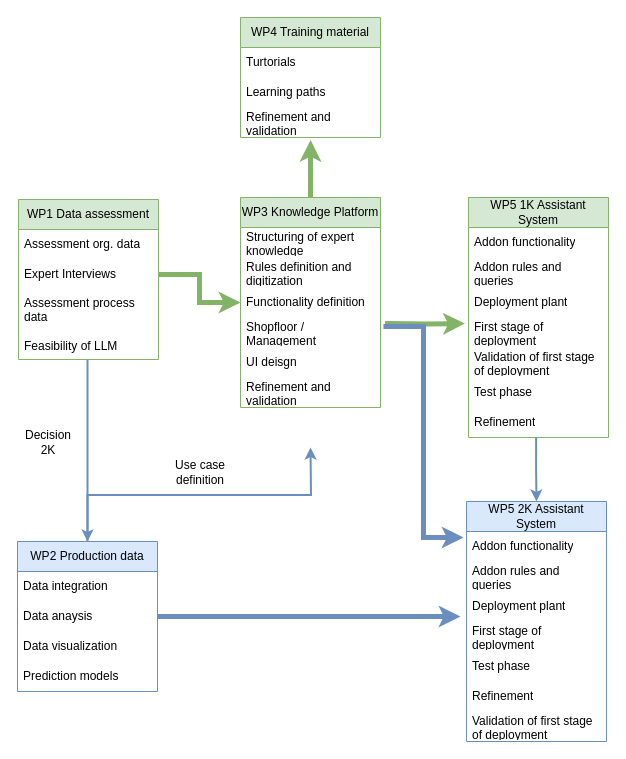
Above: pertRico.drawio in kay-squared/PyTorchLearn (draw.io), before the change. Source tidied: cells renumbered, new cells numbered last; positions are measured from the earlier drawing's top-left corner, leaving out a move shared by most shapes. Both pictures are drawn from the tidied source at 100%, with x=0, y=0 at pixel (17, 17).
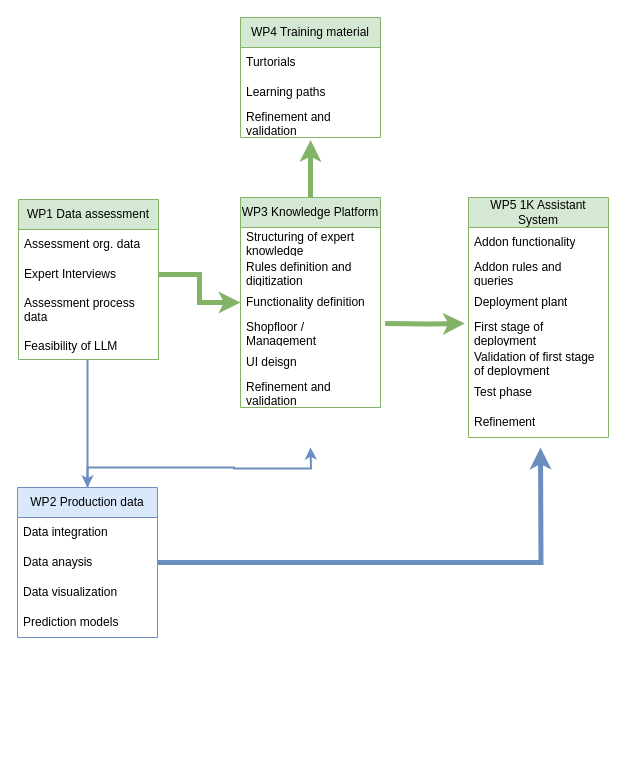
The same diagram, later.

The change refers to these unchanged cells:
```xml
<mxCell id="8" value="Data anaysis" style="text;strokeColor=none;fillColor=none;align=left;verticalAlign=middle;spacingLeft=4;spacingRight=4;overflow=hidden;points=[[0,0.5],[1,0.5]];portConstraint=eastwest;whiteSpace=wrap;html=1;" parent="6" vertex="1">
  <mxGeometry y="60" width="140" height="30" as="geometry" />
</mxCell>
<mxCell id="19" value="Shopfloor / Management" style="text;strokeColor=none;fillColor=none;align=left;verticalAlign=middle;spacingLeft=4;spacingRight=4;overflow=hidden;points=[[0,0.5],[1,0.5]];portConstraint=eastwest;whiteSpace=wrap;html=1;" parent="15" vertex="1">
  <mxGeometry y="120" width="140" height="30" as="geometry" />
</mxCell>
<mxCell id="29" value="Refinement" style="text;strokeColor=none;fillColor=none;align=left;verticalAlign=middle;spacingLeft=4;spacingRight=4;overflow=hidden;points=[[0,0.5],[1,0.5]];portConstraint=eastwest;whiteSpace=wrap;html=1;" parent="22" vertex="1">
  <mxGeometry y="210" width="140" height="30" as="geometry" />
</mxCell>
```

What changed in the source:
```diff
@@
     <mxCell id="6" value="WP2 Production data" style="swimlane;fontStyle=0;horizontal=1;startSize=30;whiteSpace=wrap;html=1;fillColor=#dae8fc;strokeColor=#6c8ebf;" parent="1" vertex="1">
-      <mxGeometry y="524" width="140" height="150" as="geometry" />
+      <mxGeometry y="470" width="140" height="150" as="geometry" />
     </mxCell>
@@
-    <mxCell id="31" value="WP5 2K Assistant System" style="swimlane;fontStyle=0;horizontal=1;startSize=30;whiteSpace=wrap;html=1;fillColor=#dae8fc;strokeColor=#6c8ebf;" parent="1" vertex="1">
-      <mxGeometry x="449" y="484" width="140" height="240" as="geometry" />
-    </mxCell>
-    <mxCell id="32" value="Addon functionality" style="text;strokeColor=none;fillColor=none;align=left;verticalAlign=middle;spacingLeft=4;spacingRight=4;overflow=hidden;points=[[0,0.5],[1,0.5]];portConstraint=eastwest;whiteSpace=wrap;html=1;" parent="31" vertex="1">
-      <mxGeometry y="30" width="140" height="30" as="geometry" />
-    </mxCell>
-    <mxCell id="33" value="Addon rules and queries" style="text;strokeColor=none;fillColor=none;align=left;verticalAlign=middle;spacingLeft=4;spacingRight=4;overflow=hidden;whiteSpace=wrap;html=1;" parent="31" vertex="1">
-      <mxGeometry y="60" width="140" height="30" as="geometry" />
-    </mxCell>
-    <mxCell id="34" value="Deployment plant" style="text;strokeColor=none;fillColor=none;align=left;verticalAlign=middle;spacingLeft=4;spacingRight=4;overflow=hidden;points=[[0,0.5],[1,0.5]];portConstraint=eastwest;whiteSpace=wrap;html=1;" parent="31" vertex="1">
-      <mxGeometry y="90" width="140" height="30" as="geometry" />
-    </mxCell>
-    <mxCell id="35" value="First stage of deployment" style="text;strokeColor=none;fillColor=none;align=left;verticalAlign=middle;spacingLeft=4;spacingRight=4;overflow=hidden;whiteSpace=wrap;html=1;" parent="31" vertex="1">
-      <mxGeometry y="120" width="140" height="30" as="geometry" />
-    </mxCell>
-    <mxCell id="36" value="Test phase" style="text;strokeColor=none;fillColor=none;align=left;verticalAlign=middle;spacingLeft=4;spacingRight=4;overflow=hidden;whiteSpace=wrap;html=1;" parent="31" vertex="1">
-      <mxGeometry y="150" width="140" height="30" as="geometry" />
-    </mxCell>
-    <mxCell id="37" value="Refinement" style="text;strokeColor=none;fillColor=none;align=left;verticalAlign=middle;spacingLeft=4;spacingRight=4;overflow=hidden;whiteSpace=wrap;html=1;" parent="31" vertex="1">
-      <mxGeometry y="180" width="140" height="30" as="geometry" />
-    </mxCell>
-    <mxCell id="38" value="Validation of first stage of deployment" style="text;strokeColor=none;fillColor=none;align=left;verticalAlign=middle;spacingLeft=4;spacingRight=4;overflow=hidden;whiteSpace=wrap;html=1;" parent="31" vertex="1">
-      <mxGeometry y="210" width="140" height="30" as="geometry" />
-    </mxCell>
@@
-    <mxCell id="40" style="edgeStyle=orthogonalEdgeStyle;rounded=0;jettySize=auto;html=1;fillColor=#dae8fc;strokeColor=#6c8ebf;strokeWidth=2;entryX=0.5;entryY=0;entryDx=0;entryDy=0;exitX=0.483;exitY=1;exitDx=0;exitDy=0;exitPerimeter=0;" parent="1" edge="1" source="29" target="31">
-      <mxGeometry relative="1" as="geometry" />
-    </mxCell>
-    <mxCell id="41" style="edgeStyle=orthogonalEdgeStyle;rounded=0;jettySize=auto;html=1;fillColor=#dae8fc;strokeColor=#6c8ebf;strokeWidth=5;exitX=1;exitY=0.5;exitDx=0;exitDy=0;entryX=-0.043;entryY=0.833;entryDx=0;entryDy=0;entryPerimeter=0;" parent="1" edge="1" source="8" target="34">
-      <mxGeometry relative="1" as="geometry" />
+    <mxCell id="41" style="edgeStyle=orthogonalEdgeStyle;rounded=0;jettySize=auto;html=1;fillColor=#dae8fc;strokeColor=#6c8ebf;strokeWidth=5;exitX=1;exitY=0.5;exitDx=0;exitDy=0;" parent="1" edge="1" source="8">
+      <mxGeometry relative="1" as="geometry">
+        <mxPoint x="523" y="430" as="targetPoint" />
+      </mxGeometry>
     </mxCell>
@@
-    <mxCell id="43" value="Use case definition" style="text;html=1;strokeColor=none;fillColor=none;align=center;verticalAlign=middle;whiteSpace=wrap;rounded=0;" parent="1" vertex="1">
-      <mxGeometry x="153" y="440" width="60" height="30" as="geometry" />
-    </mxCell>
@@
-    <mxCell id="45" value="Decision&lt;br&gt;2K" style="text;html=1;strokeColor=none;fillColor=none;align=center;verticalAlign=middle;whiteSpace=wrap;rounded=0;" parent="1" vertex="1">
-      <mxGeometry x="1" y="410" width="60" height="30" as="geometry" />
-    </mxCell>
-    <mxCell id="46" style="edgeStyle=orthogonalEdgeStyle;rounded=0;jettySize=auto;html=1;fillColor=#dae8fc;strokeColor=#6c8ebf;strokeWidth=5;exitX=1.021;exitY=0.3;exitDx=0;exitDy=0;entryX=-0.021;entryY=0.2;entryDx=0;entryDy=0;entryPerimeter=0;exitPerimeter=0;" parent="1" edge="1" source="19" target="32">
-      <mxGeometry relative="1" as="geometry" />
-    </mxCell>
```
